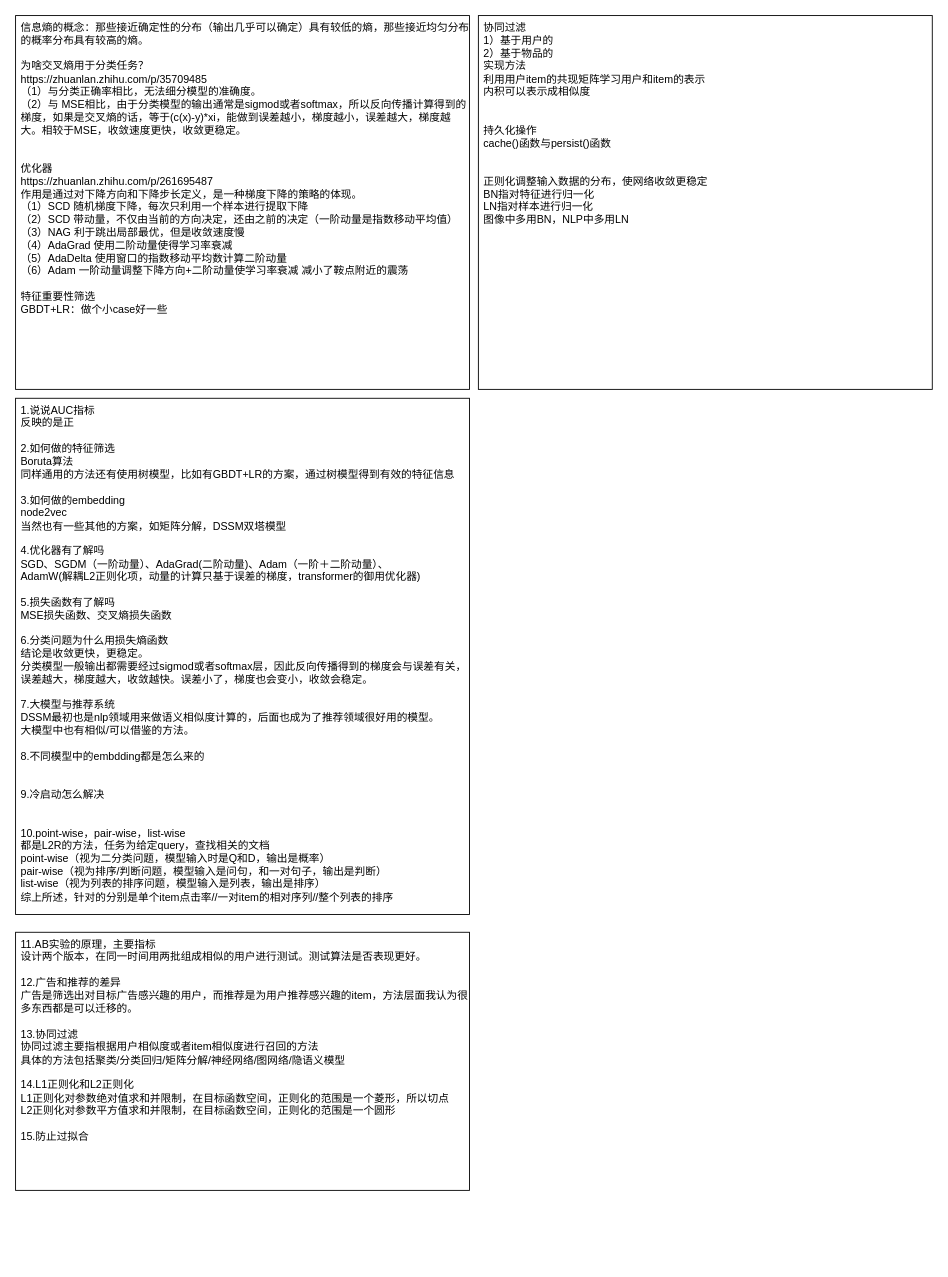
Earlier version of the draw.io diagram 推荐八股.drawio (limpid-11/drawio). Source tidied: cells renumbered, new cells numbered last; positions are measured from the earlier drawing's top-left corner, leaving out a move shared by most shapes. Both pictures are drawn from the tidied source at 89%, with x=0, y=0 at pixel (15, 15).
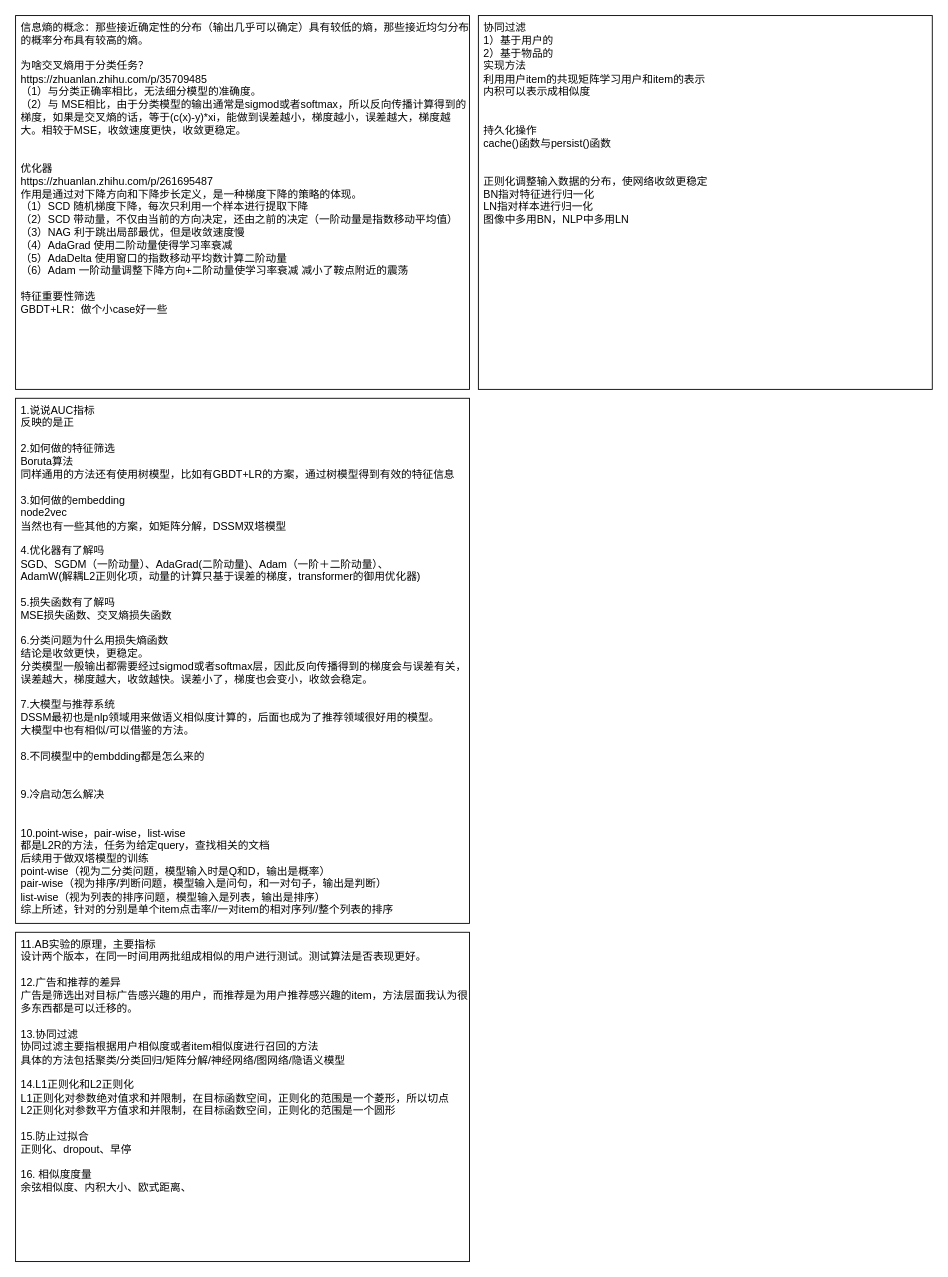
After the change.

Commit message:
更新推荐八股.drawio

What changed in the source:
```diff
@@
 <mxGraphModel>
   <root>
     <mxCell id="0" />
     <mxCell id="1" parent="0" />
     <mxCell id="2" value="协同过滤&lt;div&gt;1）基于用户的&lt;/div&gt;&lt;div&gt;2）基于物品的&lt;/div&gt;&lt;div&gt;实现方法&lt;/div&gt;&lt;div&gt;利用用户item的共现矩阵学习用户和item的表示&lt;/div&gt;&lt;div&gt;内积可以表示成相似度&lt;/div&gt;&lt;div&gt;&lt;br&gt;&lt;/div&gt;&lt;div&gt;&lt;br&gt;&lt;/div&gt;&lt;div&gt;持久化操作&lt;/div&gt;&lt;div&gt;cache()函数与persist()函数&lt;/div&gt;&lt;div&gt;&lt;br&gt;&lt;/div&gt;&lt;div&gt;&lt;br&gt;&lt;/div&gt;&lt;div&gt;正则化调整输入数据的分布，使网络收敛更稳定&lt;/div&gt;&lt;div&gt;BN指对特征进行归一化&lt;/div&gt;&lt;div&gt;LN指对样本进行归一化&lt;/div&gt;&lt;div&gt;图像中多用BN，NLP中多用LN&lt;/div&gt;&lt;div&gt;&lt;br&gt;&lt;/div&gt;" style="rounded=0;whiteSpace=wrap;html=1;align=left;verticalAlign=top;spacingLeft=4;" parent="1" vertex="1">
       <mxGeometry x="520" width="510" height="420" as="geometry" />
     </mxCell>
     <mxCell id="3" value="&lt;div&gt;信息熵的概念：那些接近确定性的分布（输出几乎可以确定）具有较低的熵，那些接近均匀分布的概率分布具有较高的熵。&lt;/div&gt;&lt;div&gt;&lt;br&gt;&lt;/div&gt;&lt;div&gt;为啥交叉熵用于分类任务？&lt;/div&gt;&lt;div&gt;https://zhuanlan.zhihu.com/p/35709485&lt;br&gt;&lt;/div&gt;&lt;div&gt;（1）与分类正确率相比，无法细分模型的准确度。&lt;/div&gt;&lt;div&gt;（2）与 MSE相比，由于分类模型的输出通常是sigmod或者softmax，所以反向传播计算得到的梯度，如果是交叉熵的话，等于(c(x)-y)*xi，能做到误差越小，梯度越小，误差越大，梯度越大。相较于MSE，收敛速度更快，收敛更稳定。&lt;/div&gt;&lt;div&gt;&lt;br&gt;&lt;/div&gt;&lt;div&gt;&lt;br&gt;&lt;/div&gt;&lt;div&gt;优化器&lt;/div&gt;&lt;div&gt;https://zhuanlan.zhihu.com/p/261695487&lt;br&gt;&lt;/div&gt;&lt;div&gt;作用是通过对下降方向和下降步长定义，是一种梯度下降的策略的体现。&lt;/div&gt;&lt;div&gt;（1）SCD 随机梯度下降，每次只利用一个样本进行提取下降&lt;/div&gt;&lt;div&gt;（2）SCD 带动量，不仅由当前的方向决定，还由之前的决定（一阶动量是指数移动平均值）&lt;/div&gt;&lt;div&gt;（3）NAG 利于跳出局部最优，但是收敛速度慢&lt;/div&gt;&lt;div&gt;（4）AdaGrad 使用二阶动量使得学习率衰减&lt;/div&gt;&lt;div&gt;（5）AdaDelta 使用窗口的指数移动平均数计算二阶动量&lt;/div&gt;&lt;div&gt;（6）Adam 一阶动量调整下降方向+二阶动量使学习率衰减 减小了鞍点附近的震荡&lt;/div&gt;&lt;div&gt;&lt;br&gt;&lt;/div&gt;&lt;div&gt;特征重要性筛选&lt;/div&gt;&lt;div&gt;GBDT+LR：做个小case好一些&lt;/div&gt;&lt;div&gt;&lt;br&gt;&lt;/div&gt;&lt;div&gt;&lt;br&gt;&lt;/div&gt;&lt;div&gt;&lt;br&gt;&lt;/div&gt;" style="rounded=0;whiteSpace=wrap;html=1;align=left;verticalAlign=top;spacingLeft=4;" parent="1" vertex="1">
       <mxGeometry width="510" height="420" as="geometry" />
     </mxCell>
-    <mxCell id="4" value="&lt;div&gt;1.说说AUC指标&lt;/div&gt;&lt;div&gt;反映的是正&lt;/div&gt;&lt;div&gt;&lt;br&gt;&lt;/div&gt;&lt;div&gt;2.如何做的特征筛选&lt;/div&gt;&lt;div&gt;Boruta算法&lt;/div&gt;&lt;div&gt;同样通用的方法还有使用树模型，比如有GBDT+LR的方案，通过树模型得到有效的特征信息&lt;/div&gt;&lt;div&gt;&lt;br&gt;&lt;/div&gt;&lt;div&gt;3.如何做的embedding&lt;/div&gt;&lt;div&gt;node2vec&lt;/div&gt;&lt;div&gt;当然也有一些其他的方案，如矩阵分解，DSSM双塔模型&lt;/div&gt;&lt;div&gt;&lt;br&gt;&lt;/div&gt;&lt;div&gt;4.优化器有了解吗&lt;/div&gt;&lt;div&gt;SGD、SGDM（一阶动量）、AdaGrad(二阶动量)、Adam（一阶＋二阶动量）、&lt;/div&gt;&lt;div&gt;AdamW(解耦L2正则化项，动量的计算只基于误差的梯度，transformer的御用优化器)&lt;/div&gt;&lt;div&gt;&lt;br&gt;&lt;/div&gt;&lt;div&gt;5.损失函数有了解吗&lt;/div&gt;&lt;div&gt;MSE损失函数、交叉熵损失函数&lt;/div&gt;&lt;div&gt;&lt;br&gt;&lt;/div&gt;&lt;div&gt;6.分类问题为什么用损失熵函数&lt;/div&gt;&lt;div&gt;结论是收敛更快，更稳定。&lt;/div&gt;&lt;div&gt;分类模型一般输出都需要经过sigmod或者softmax层，因此反向传播得到的梯度会与误差有关，误差越大，梯度越大，收敛越快。误差小了，梯度也会变小，收敛会稳定。&lt;/div&gt;&lt;div&gt;&lt;br&gt;&lt;/div&gt;&lt;div&gt;7.大模型与推荐系统&lt;/div&gt;&lt;div&gt;DSSM最初也是nlp领域用来做语义相似度计算的，后面也成为了推荐领域很好用的模型。&lt;br&gt;&lt;/div&gt;&lt;div&gt;大模型中也有相似/可以借鉴的方法。&lt;/div&gt;&lt;div&gt;&lt;br&gt;&lt;/div&gt;&lt;div&gt;8.不同模型中的embdding都是怎么来的&lt;/div&gt;&lt;div&gt;&lt;br&gt;&lt;/div&gt;&lt;div&gt;&lt;br&gt;&lt;/div&gt;&lt;div&gt;9.冷启动怎么解决&lt;/div&gt;&lt;div&gt;&lt;br&gt;&lt;/div&gt;&lt;div&gt;&lt;br&gt;&lt;/div&gt;&lt;div&gt;&lt;div&gt;10.point-wise，pair-wise，list-wise&lt;/div&gt;&lt;div&gt;都是L2R的方法，任务为给定query，查找相关的文档&lt;/div&gt;&lt;div&gt;point-wise（视为二分类问题，模型输入时是Q和D，输出是概率）&lt;/div&gt;&lt;div&gt;pair-wise（视为排序/判断问题，模型输入是问句，和一对句子，输出是判断）&lt;/div&gt;&lt;div&gt;list-wise（视为列表的排序问题，模型输入是列表，输出是排序）&lt;/div&gt;&lt;div&gt;综上所述，针对的分别是单个item点击率//一对item的相对序列//整个列表的排序&lt;/div&gt;&lt;/div&gt;" style="rounded=0;whiteSpace=wrap;html=1;align=left;verticalAlign=top;spacingLeft=4;" parent="1" vertex="1">
-      <mxGeometry y="430" width="510" height="580" as="geometry" />
+    <mxCell id="4" value="&lt;div&gt;1.说说AUC指标&lt;/div&gt;&lt;div&gt;反映的是正&lt;/div&gt;&lt;div&gt;&lt;br&gt;&lt;/div&gt;&lt;div&gt;2.如何做的特征筛选&lt;/div&gt;&lt;div&gt;Boruta算法&lt;/div&gt;&lt;div&gt;同样通用的方法还有使用树模型，比如有GBDT+LR的方案，通过树模型得到有效的特征信息&lt;/div&gt;&lt;div&gt;&lt;br&gt;&lt;/div&gt;&lt;div&gt;3.如何做的embedding&lt;/div&gt;&lt;div&gt;node2vec&lt;/div&gt;&lt;div&gt;当然也有一些其他的方案，如矩阵分解，DSSM双塔模型&lt;/div&gt;&lt;div&gt;&lt;br&gt;&lt;/div&gt;&lt;div&gt;4.优化器有了解吗&lt;/div&gt;&lt;div&gt;SGD、SGDM（一阶动量）、AdaGrad(二阶动量)、Adam（一阶＋二阶动量）、&lt;/div&gt;&lt;div&gt;AdamW(解耦L2正则化项，动量的计算只基于误差的梯度，transformer的御用优化器)&lt;/div&gt;&lt;div&gt;&lt;br&gt;&lt;/div&gt;&lt;div&gt;5.损失函数有了解吗&lt;/div&gt;&lt;div&gt;MSE损失函数、交叉熵损失函数&lt;/div&gt;&lt;div&gt;&lt;br&gt;&lt;/div&gt;&lt;div&gt;6.分类问题为什么用损失熵函数&lt;/div&gt;&lt;div&gt;结论是收敛更快，更稳定。&lt;/div&gt;&lt;div&gt;分类模型一般输出都需要经过sigmod或者softmax层，因此反向传播得到的梯度会与误差有关，误差越大，梯度越大，收敛越快。误差小了，梯度也会变小，收敛会稳定。&lt;/div&gt;&lt;div&gt;&lt;br&gt;&lt;/div&gt;&lt;div&gt;7.大模型与推荐系统&lt;/div&gt;&lt;div&gt;DSSM最初也是nlp领域用来做语义相似度计算的，后面也成为了推荐领域很好用的模型。&lt;br&gt;&lt;/div&gt;&lt;div&gt;大模型中也有相似/可以借鉴的方法。&lt;/div&gt;&lt;div&gt;&lt;br&gt;&lt;/div&gt;&lt;div&gt;8.不同模型中的embdding都是怎么来的&lt;/div&gt;&lt;div&gt;&lt;br&gt;&lt;/div&gt;&lt;div&gt;&lt;br&gt;&lt;/div&gt;&lt;div&gt;9.冷启动怎么解决&lt;/div&gt;&lt;div&gt;&lt;br&gt;&lt;/div&gt;&lt;div&gt;&lt;br&gt;&lt;/div&gt;&lt;div&gt;&lt;div&gt;10.point-wise，pair-wise，list-wise&lt;/div&gt;&lt;div&gt;都是L2R的方法，任务为给定query，查找相关的文档&lt;/div&gt;&lt;div&gt;后续用于做双塔模型的训练&lt;/div&gt;&lt;div&gt;point-wise（视为二分类问题，模型输入时是Q和D，输出是概率）&lt;/div&gt;&lt;div&gt;pair-wise（视为排序/判断问题，模型输入是问句，和一对句子，输出是判断）&lt;/div&gt;&lt;div&gt;list-wise（视为列表的排序问题，模型输入是列表，输出是排序）&lt;/div&gt;&lt;div&gt;综上所述，针对的分别是单个item点击率//一对item的相对序列//整个列表的排序&lt;/div&gt;&lt;/div&gt;" style="rounded=0;whiteSpace=wrap;html=1;align=left;verticalAlign=top;spacingLeft=4;" parent="1" vertex="1">
+      <mxGeometry y="430" width="510" height="590" as="geometry" />
     </mxCell>
-    <mxCell id="5" value="&lt;div&gt;&lt;span style=&quot;background-color: initial;&quot;&gt;11.AB实验的原理，主要指标&lt;/span&gt;&lt;br&gt;&lt;/div&gt;&lt;div&gt;设计两个版本，在同一时间用两批组成相似的用户进行测试。测试算法是否表现更好。&lt;/div&gt;&lt;div&gt;&lt;br&gt;&lt;/div&gt;&lt;div&gt;12.广告和推荐的差异&lt;/div&gt;&lt;div&gt;广告是筛选出对目标广告感兴趣的用户，而推荐是为用户推荐感兴趣的item，方法层面我认为很多东西都是可以迁移的。&lt;/div&gt;&lt;div&gt;&lt;br&gt;&lt;/div&gt;&lt;div&gt;13.协同过滤&lt;/div&gt;&lt;div&gt;协同过滤主要指根据用户相似度或者item相似度进行召回的方法&lt;/div&gt;&lt;div&gt;具体的方法包括聚类/分类回归/矩阵分解/神经网络/图网络/隐语义模型&lt;/div&gt;&lt;div&gt;&lt;br&gt;&lt;/div&gt;&lt;div&gt;14.L1正则化和L2正则化&lt;/div&gt;&lt;div&gt;L1正则化对参数绝对值求和并限制，在目标函数空间，正则化的范围是一个菱形，所以切点&lt;/div&gt;&lt;div&gt;L2正则化对参数平方值求和并限制，在目标函数空间，正则化的范围是一个圆形&lt;/div&gt;&lt;div&gt;&lt;br&gt;&lt;/div&gt;&lt;div&gt;15.防止过拟合&lt;/div&gt;" style="rounded=0;whiteSpace=wrap;html=1;align=left;verticalAlign=top;spacingLeft=4;" parent="1" vertex="1">
-      <mxGeometry y="1030" width="510" height="290" as="geometry" />
+    <mxCell id="5" value="&lt;div&gt;&lt;span style=&quot;background-color: initial;&quot;&gt;11.AB实验的原理，主要指标&lt;/span&gt;&lt;br&gt;&lt;/div&gt;&lt;div&gt;设计两个版本，在同一时间用两批组成相似的用户进行测试。测试算法是否表现更好。&lt;/div&gt;&lt;div&gt;&lt;br&gt;&lt;/div&gt;&lt;div&gt;12.广告和推荐的差异&lt;/div&gt;&lt;div&gt;广告是筛选出对目标广告感兴趣的用户，而推荐是为用户推荐感兴趣的item，方法层面我认为很多东西都是可以迁移的。&lt;/div&gt;&lt;div&gt;&lt;br&gt;&lt;/div&gt;&lt;div&gt;13.协同过滤&lt;/div&gt;&lt;div&gt;协同过滤主要指根据用户相似度或者item相似度进行召回的方法&lt;/div&gt;&lt;div&gt;具体的方法包括聚类/分类回归/矩阵分解/神经网络/图网络/隐语义模型&lt;/div&gt;&lt;div&gt;&lt;br&gt;&lt;/div&gt;&lt;div&gt;14.L1正则化和L2正则化&lt;/div&gt;&lt;div&gt;L1正则化对参数绝对值求和并限制，在目标函数空间，正则化的范围是一个菱形，所以切点&lt;/div&gt;&lt;div&gt;L2正则化对参数平方值求和并限制，在目标函数空间，正则化的范围是一个圆形&lt;/div&gt;&lt;div&gt;&lt;br&gt;&lt;/div&gt;&lt;div&gt;15.防止过拟合&lt;/div&gt;&lt;div&gt;正则化、dropout、早停&lt;/div&gt;&lt;div&gt;&lt;br&gt;&lt;/div&gt;&lt;div&gt;16. 相似度度量&lt;/div&gt;&lt;div&gt;余弦相似度、内积大小、欧式距离、&lt;/div&gt;" style="rounded=0;whiteSpace=wrap;html=1;align=left;verticalAlign=top;spacingLeft=4;" parent="1" vertex="1">
+      <mxGeometry y="1030" width="510" height="370" as="geometry" />
     </mxCell>
   </root>
 </mxGraphModel>
```
